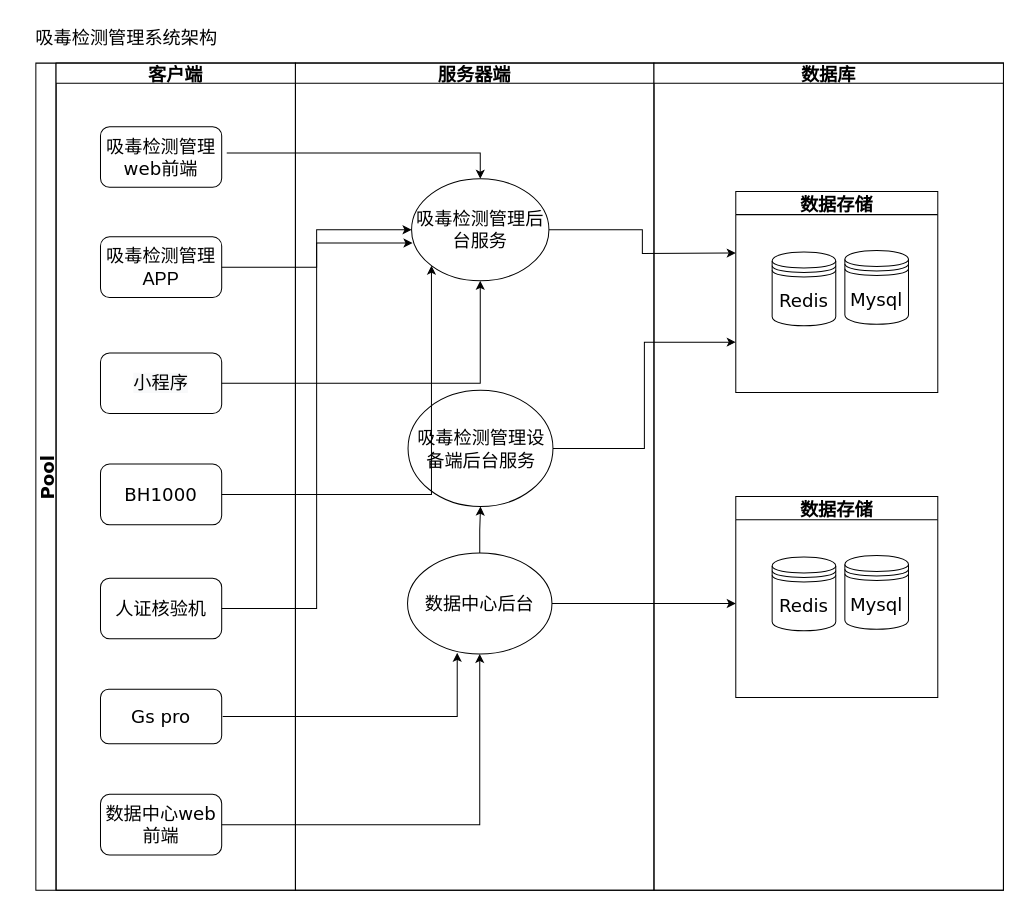
Before: page "吸毒检测管理系统架构2" (5 of 5) of 未命名绘图.drawio in lliecho/test, a draw.io diagram. Source tidied: cells renumbered, new cells numbered last; positions are measured from the earlier drawing's top-left corner, leaving out a move shared by most shapes. Both pictures are drawn from the tidied source at 101%, with x=0, y=0 at pixel (17, 17).
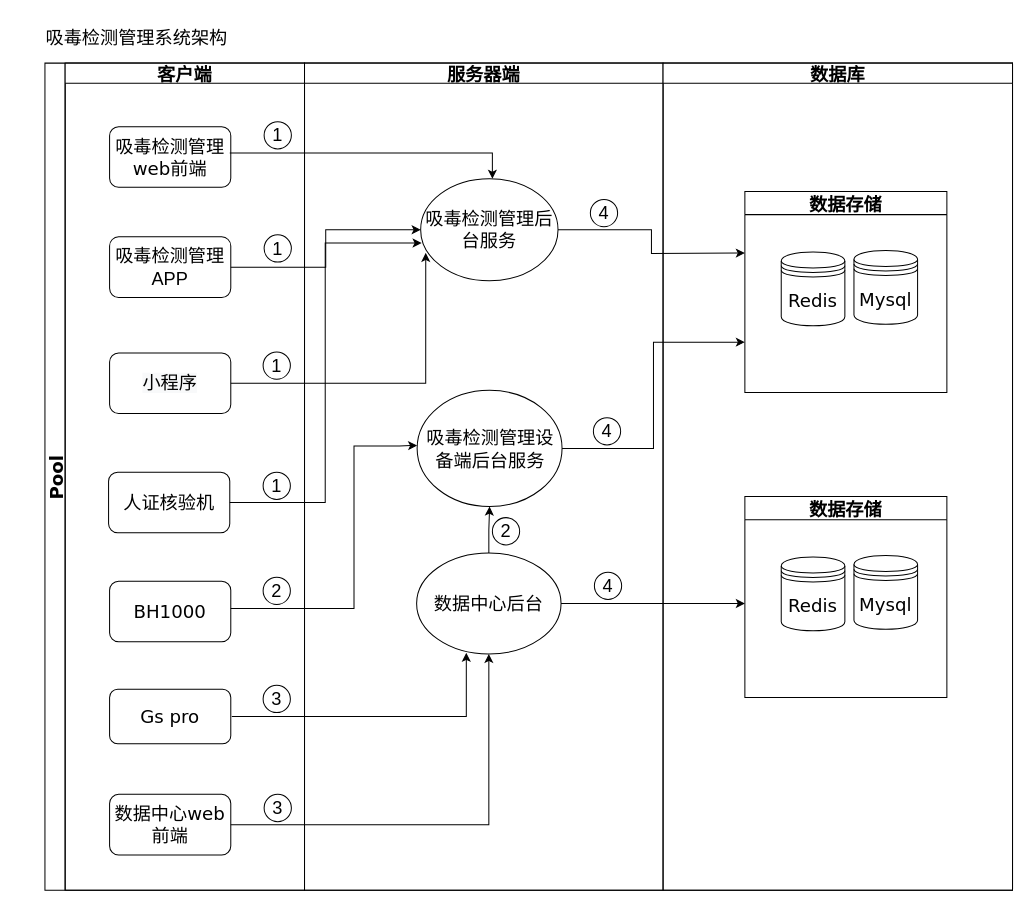
Above is the later version.

Commit message:
更新未命名绘图.drawio

The change refers to these unchanged cells:
```xml
<mxCell id="3" value="客户端" style="swimlane;startSize=20;fontFamily=Verdana;fontSize=18;" parent="2" vertex="1">
  <mxGeometry x="20" width="237" height="819" as="geometry" />
</mxCell>
<mxCell id="6" value="&lt;span style=&quot;color: rgb(0, 0, 0); font-family: Helvetica; font-size: 18px; font-style: normal; font-variant-ligatures: normal; font-variant-caps: normal; font-weight: 400; letter-spacing: normal; orphans: 2; text-align: center; text-indent: 0px; text-transform: none; widows: 2; word-spacing: 0px; -webkit-text-stroke-width: 0px; background-color: rgb(248, 249, 250); text-decoration-thickness: initial; text-decoration-style: initial; text-decoration-color: initial; float: none; display: inline !important;&quot;&gt;小程序&lt;/span&gt;" style="rounded=1;whiteSpace=wrap;html=1;fontFamily=Verdana;fontSize=18;" parent="3" vertex="1">
  <mxGeometry x="44" y="287" width="120" height="60" as="geometry" />
</mxCell>
<mxCell id="12" value="服务器端" style="swimlane;startSize=20;fontFamily=Verdana;fontSize=18;" parent="2" vertex="1">
  <mxGeometry x="257" width="355" height="819" as="geometry" />
</mxCell>
<mxCell id="13" value="吸毒检测管理后台服务" style="ellipse;whiteSpace=wrap;html=1;fontFamily=Verdana;fontSize=18;" parent="12" vertex="1">
  <mxGeometry x="115" y="114.5" width="136" height="101" as="geometry" />
</mxCell>
<mxCell id="16" value="数据中心后台" style="ellipse;whiteSpace=wrap;html=1;fontFamily=Verdana;fontSize=18;" parent="12" vertex="1">
  <mxGeometry x="111" y="485" width="143" height="100" as="geometry" />
</mxCell>
```

Change to the diagram source:
```diff
@@
     <mxCell id="2" value="Pool" style="swimlane;startSize=20;horizontal=0;fontFamily=Verdana;fontSize=18;" parent="1" vertex="1">
-      <mxGeometry x="18" y="45" width="958" height="819" as="geometry" />
+      <mxGeometry x="27" y="45" width="958" height="819" as="geometry" />
     </mxCell>
@@
     <mxCell id="7" value="BH1000" style="rounded=1;whiteSpace=wrap;html=1;fontFamily=Verdana;fontSize=18;" parent="3" vertex="1">
-      <mxGeometry x="44" y="397" width="120" height="60" as="geometry" />
+      <mxGeometry x="44" y="513" width="120" height="60" as="geometry" />
     </mxCell>
     <mxCell id="8" value="人证核验机" style="rounded=1;whiteSpace=wrap;html=1;fontFamily=Verdana;fontSize=18;" parent="3" vertex="1">
-      <mxGeometry x="44" y="510" width="120" height="60" as="geometry" />
+      <mxGeometry x="43" y="405" width="120" height="60" as="geometry" />
     </mxCell>
@@
-    <mxCell id="11" style="edgeStyle=segmentEdgeStyle;endArrow=classic;html=1;rounded=0;fontFamily=Verdana;fontSize=18;entryX=0.5;entryY=0;entryDx=0;entryDy=0;" parent="3" edge="1" target="13">
+    <mxCell id="11" style="edgeStyle=segmentEdgeStyle;endArrow=classic;html=1;rounded=0;fontFamily=Verdana;fontSize=18;entryX=0.5;entryY=0;entryDx=0;entryDy=0;" parent="3" edge="1">
       <mxGeometry relative="1" as="geometry">
-        <mxPoint x="169" y="89" as="sourcePoint" />
+        <mxPoint x="163" y="89" as="sourcePoint" />
+        <mxPoint x="423" y="114.5" as="targetPoint" />
       </mxGeometry>
     </mxCell>
+    <mxCell id="34" value="&lt;font style=&quot;font-size: 18px;&quot;&gt;1&lt;/font&gt;" style="ellipse;whiteSpace=wrap;html=1;rounded=0;shadow=0;" parent="3" vertex="1">
+      <mxGeometry x="197" y="58" width="27" height="27" as="geometry" />
+    </mxCell>
+    <mxCell id="35" value="&lt;font style=&quot;font-size: 18px;&quot;&gt;1&lt;/font&gt;" style="ellipse;whiteSpace=wrap;html=1;rounded=0;shadow=0;" parent="3" vertex="1">
+      <mxGeometry x="197" y="170" width="27" height="27" as="geometry" />
+    </mxCell>
+    <mxCell id="36" value="&lt;font style=&quot;font-size: 18px;&quot;&gt;1&lt;/font&gt;" style="ellipse;whiteSpace=wrap;html=1;rounded=0;shadow=0;" parent="3" vertex="1">
+      <mxGeometry x="196" y="286" width="27" height="27" as="geometry" />
+    </mxCell>
+    <mxCell id="37" value="&lt;font style=&quot;font-size: 18px;&quot;&gt;2&lt;/font&gt;" style="ellipse;whiteSpace=wrap;html=1;rounded=0;shadow=0;" parent="3" vertex="1">
+      <mxGeometry x="196" y="509" width="27" height="27" as="geometry" />
+    </mxCell>
+    <mxCell id="38" value="&lt;font style=&quot;font-size: 18px;&quot;&gt;1&lt;/font&gt;" style="ellipse;whiteSpace=wrap;html=1;rounded=0;shadow=0;" parent="3" vertex="1">
+      <mxGeometry x="196" y="405" width="27" height="27" as="geometry" />
+    </mxCell>
+    <mxCell id="39" value="&lt;font style=&quot;font-size: 18px;&quot;&gt;3&lt;/font&gt;" style="ellipse;whiteSpace=wrap;html=1;rounded=0;shadow=0;" parent="3" vertex="1">
+      <mxGeometry x="196" y="616" width="27" height="27" as="geometry" />
+    </mxCell>
+    <mxCell id="40" value="&lt;font style=&quot;font-size: 18px;&quot;&gt;3&lt;/font&gt;" style="ellipse;whiteSpace=wrap;html=1;rounded=0;shadow=0;" parent="3" vertex="1">
+      <mxGeometry x="197" y="724" width="27" height="27" as="geometry" />
+    </mxCell>
@@
+    <mxCell id="41" value="&lt;font style=&quot;font-size: 18px;&quot;&gt;2&lt;/font&gt;" style="ellipse;whiteSpace=wrap;html=1;rounded=0;shadow=0;" parent="12" vertex="1">
+      <mxGeometry x="186" y="450" width="27" height="27" as="geometry" />
+    </mxCell>
+    <mxCell id="42" value="&lt;font style=&quot;font-size: 18px;&quot;&gt;4&lt;/font&gt;" style="ellipse;whiteSpace=wrap;html=1;rounded=0;shadow=0;" parent="12" vertex="1">
+      <mxGeometry x="287" y="504" width="27" height="27" as="geometry" />
+    </mxCell>
+    <mxCell id="43" value="&lt;font style=&quot;font-size: 18px;&quot;&gt;4&lt;/font&gt;" style="ellipse;whiteSpace=wrap;html=1;rounded=0;shadow=0;" parent="12" vertex="1">
+      <mxGeometry x="286" y="351" width="27" height="27" as="geometry" />
+    </mxCell>
+    <mxCell id="44" value="&lt;font style=&quot;font-size: 18px;&quot;&gt;4&lt;/font&gt;" style="ellipse;whiteSpace=wrap;html=1;rounded=0;shadow=0;" parent="12" vertex="1">
+      <mxGeometry x="283" y="135" width="27" height="27" as="geometry" />
+    </mxCell>
@@
-    <mxCell id="25" style="edgeStyle=orthogonalEdgeStyle;rounded=0;jettySize=auto;html=1;fontFamily=Verdana;fontSize=18;entryX=0;entryY=1;entryDx=0;entryDy=0;" parent="2" edge="1" source="7" target="13">
-      <mxGeometry relative="1" as="geometry" />
-    </mxCell>
@@
-    <mxCell id="29" style="edgeStyle=orthogonalEdgeStyle;rounded=0;jettySize=auto;html=1;fontFamily=Verdana;fontSize=18;" parent="2" edge="1" source="6" target="13">
+    <mxCell id="29" style="edgeStyle=orthogonalEdgeStyle;rounded=0;jettySize=auto;html=1;fontFamily=Verdana;fontSize=18;entryX=0.037;entryY=0.726;entryDx=0;entryDy=0;entryPerimeter=0;" parent="2" edge="1" source="6" target="13">
       <mxGeometry relative="1" as="geometry" />
     </mxCell>
@@
+    <mxCell id="45" style="edgeStyle=orthogonalEdgeStyle;rounded=0;orthogonalLoop=1;jettySize=auto;html=1;entryX=0;entryY=0.5;entryDx=0;entryDy=0;" parent="2" edge="1">
+      <mxGeometry relative="1" as="geometry">
+        <mxPoint x="184" y="540" as="sourcePoint" />
+        <mxPoint x="368.5" y="378.5" as="targetPoint" />
+        <Array as="points">
+          <mxPoint x="306" y="540" />
+          <mxPoint x="306" y="379" />
+          <mxPoint x="351" y="379" />
+        </Array>
+      </mxGeometry>
+    </mxCell>
     <mxCell id="31" value="吸毒检测管理系统架构" style="text;html=1;strokeColor=none;fillColor=none;align=center;verticalAlign=middle;whiteSpace=wrap;rounded=0;fontFamily=Verdana;fontSize=18;" parent="1" vertex="1">
-      <mxGeometry width="216" height="39" as="geometry" />
+      <mxGeometry x="10" width="216" height="39" as="geometry" />
     </mxCell>
     <mxCell id="32" style="edgeStyle=orthogonalEdgeStyle;rounded=0;jettySize=auto;html=1;fontFamily=Verdana;fontSize=18;" parent="1" edge="1" source="16">
       <mxGeometry relative="1" as="geometry">
-        <mxPoint x="711" y="580" as="targetPoint" />
+        <mxPoint x="720" y="580" as="targetPoint" />
       </mxGeometry>
     </mxCell>
     <mxCell id="33" style="edgeStyle=orthogonalEdgeStyle;rounded=0;jettySize=auto;html=1;fontFamily=Verdana;fontSize=18;" parent="1" edge="1" source="13">
       <mxGeometry relative="1" as="geometry">
-        <mxPoint x="711" y="233" as="targetPoint" />
+        <mxPoint x="720" y="233" as="targetPoint" />
       </mxGeometry>
     </mxCell>
```
